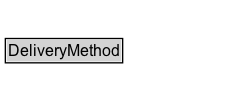
Earlier version of the Graphviz export docs/diagrams/DeliveryMethod.dot.png (k-vaughn/ontology-import-gr). Its source is kept beside it as docs/diagrams/DeliveryMethod.dot.
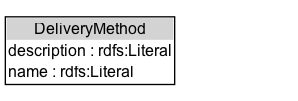
The same diagram one commit later.

The edit, as a diff of the source:
```diff
@@ -2,7 +2,10 @@
 	graph [overlap=false rankdir=TB splines=true]
 	node [fontname=Arial fontsize=12 margin=0 shape=none]
 	edge [fontname=Arial fontsize=11]
-	DeliveryMethod [label=<<TABLE BORDER="1" CELLBORDER="0" CELLSPACING="0" CELLPADDING="1"><TR><TD BGCOLOR="lightgray" ALIGN="CENTER">DeliveryMethod</TD></TR></TABLE>> URL="../DeliveryMethod" margin=0]
+	{
+		rank=source
+	}
+	DeliveryMethod [label=<<TABLE BORDER="1" CELLBORDER="0" CELLSPACING="0" CELLPADDING="1"><TR><TD BGCOLOR="lightgray" ALIGN="CENTER">DeliveryMethod</TD></TR><TR><TD ALIGN="LEFT">description : rdfs:Literal</TD></TR><TR><TD ALIGN="LEFT">name : rdfs:Literal</TD></TR></TABLE>> URL="../DeliveryMethod" margin=0]
 	{
 		rank=max
 	}
```
